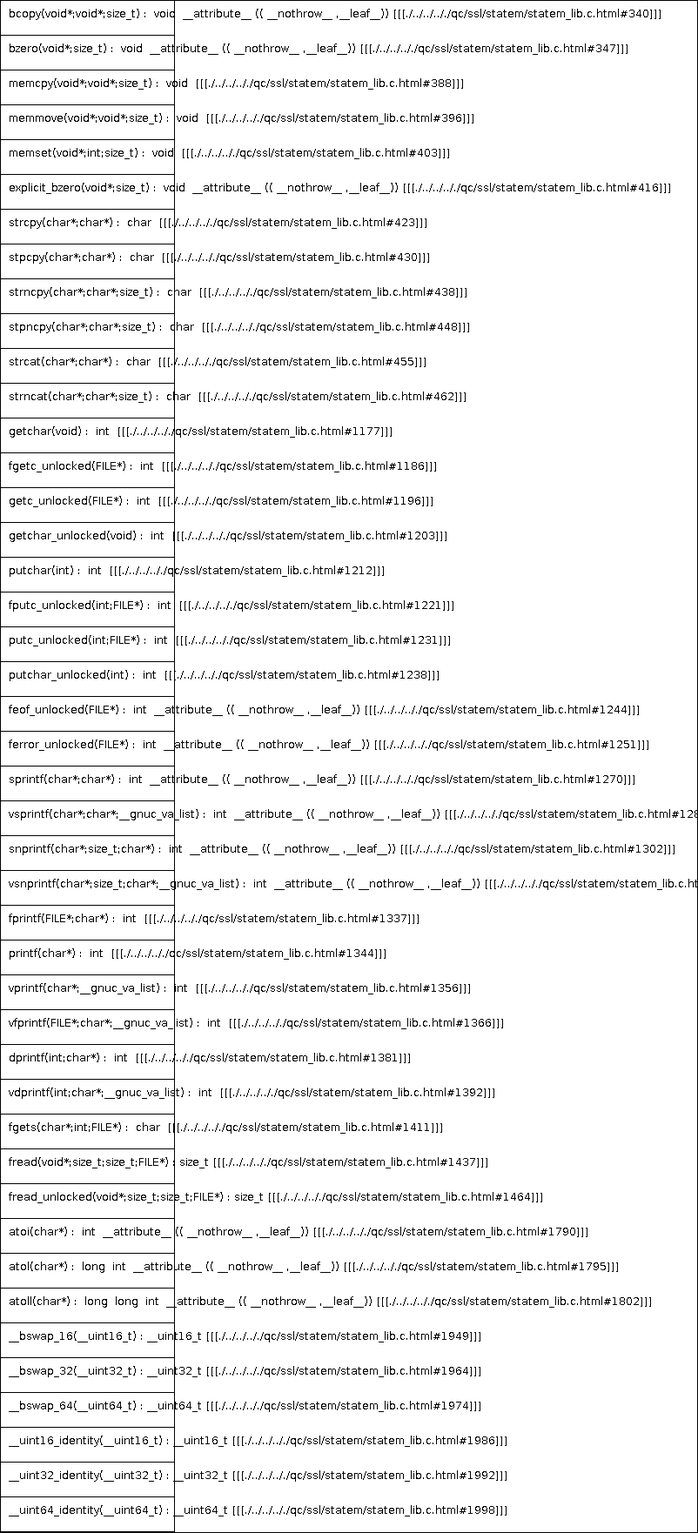
Above: docs/qc/ssl/statem/statem_lib.c.png in qualitesys/openssl (PlantUML), before the change. Its source is kept beside it as docs/qc/ssl/statem/statem_lib.c.puml.
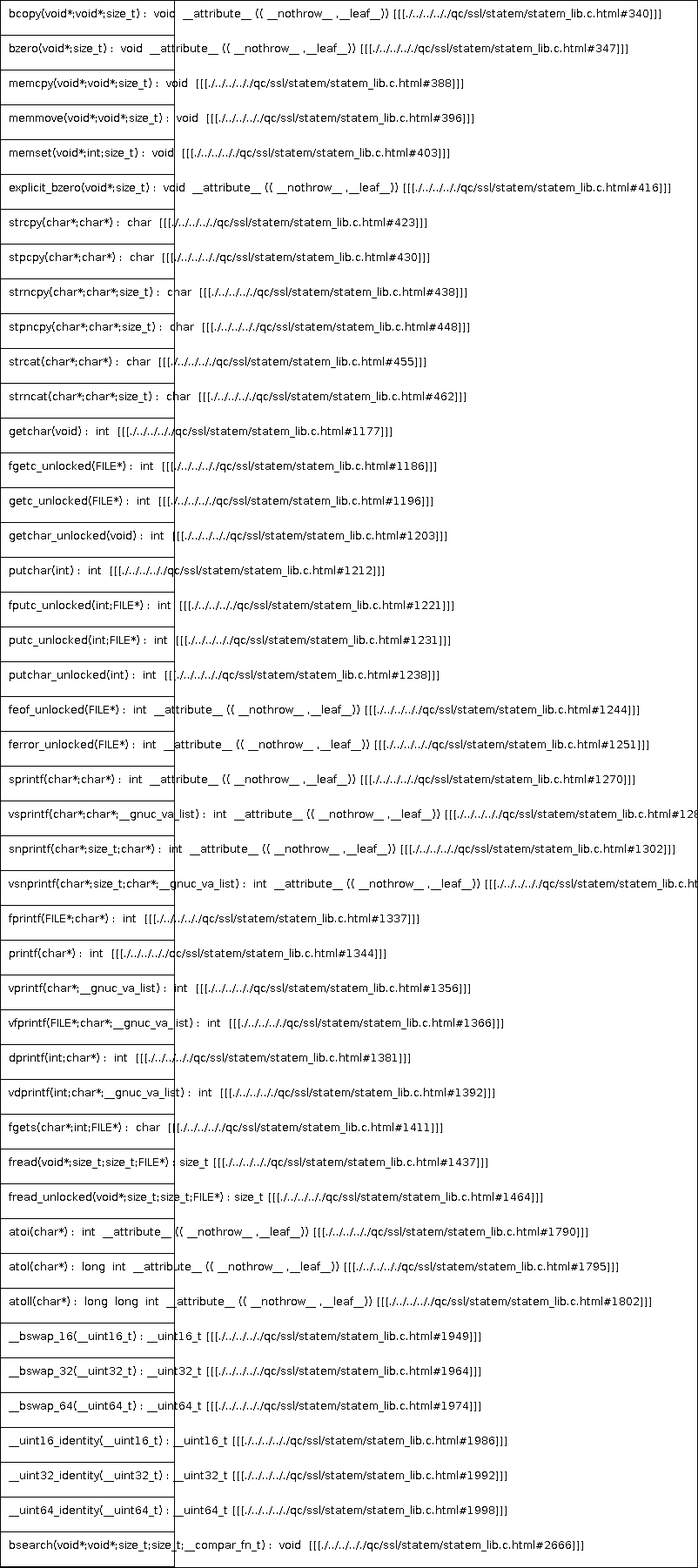
The same file after the commit.

Change to the diagram source:
```diff
@@ -45,5 +45,6 @@
 __uint16_identity(__uint16_t) : __uint16_t [[[./../../.././qc/ssl/statem/statem_lib.c.html#1986]]]
 __uint32_identity(__uint32_t) : __uint32_t [[[./../../.././qc/ssl/statem/statem_lib.c.html#1992]]]
 __uint64_identity(__uint64_t) : __uint64_t [[[./../../.././qc/ssl/statem/statem_lib.c.html#1998]]]
+bsearch(void*;void*;size_t;size_t;__compar_fn_t) :  void  [[[./../../.././qc/ssl/statem/statem_lib.c.html#2666]]]
 }
 @enduml
```
